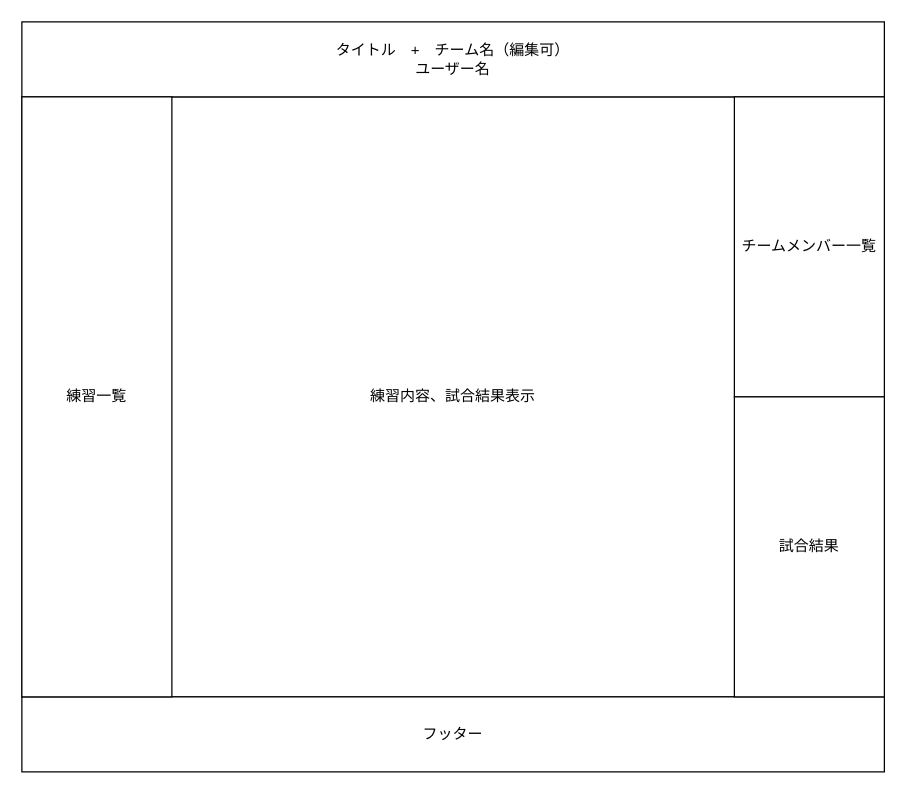
This is フロントデザイン.dio from piroyuki666/volleyball-note, a draw.io file, before an edit. Source tidied: cells renumbered, new cells numbered last; positions are measured from the earlier drawing's top-left corner, leaving out a move shared by most shapes. Both pictures are drawn from the tidied source at 125%, with x=0, y=0 at pixel (21, 21).
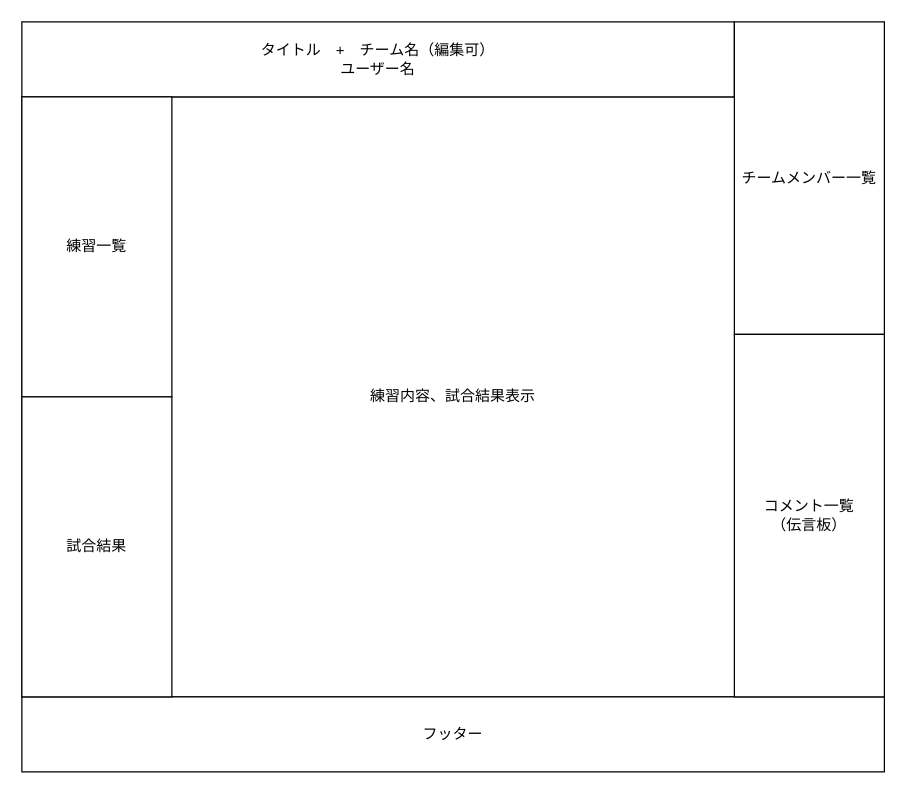
The same page after the edit.

Commit message:
フロントデザイン実装

What changed in the source:
```diff
@@
 <mxGraphModel>
   <root>
     <mxCell id="0" />
     <mxCell id="1" parent="0" />
     <mxCell id="2" value="練習内容、試合結果表示" style="rounded=0;whiteSpace=wrap;html=1;" parent="1" vertex="1">
       <mxGeometry y="60" width="690" height="480" as="geometry" />
     </mxCell>
     <mxCell id="3" value="フッター" style="rounded=0;whiteSpace=wrap;html=1;" parent="1" vertex="1">
       <mxGeometry y="540" width="690" height="60" as="geometry" />
     </mxCell>
     <mxCell id="4" value="タイトル　+　チーム名（編集可）&lt;br&gt;ユーザー名" style="rounded=0;whiteSpace=wrap;html=1;" parent="1" vertex="1">
-      <mxGeometry width="690" height="60" as="geometry" />
+      <mxGeometry width="570" height="60" as="geometry" />
     </mxCell>
     <mxCell id="5" value="チームメンバー一覧" style="rounded=0;whiteSpace=wrap;html=1;" parent="1" vertex="1">
-      <mxGeometry x="570" y="60" width="120" height="240" as="geometry" />
+      <mxGeometry x="570" width="120" height="250" as="geometry" />
     </mxCell>
     <mxCell id="6" value="練習一覧" style="rounded=0;whiteSpace=wrap;html=1;" parent="1" vertex="1">
-      <mxGeometry y="60" width="120" height="480" as="geometry" />
+      <mxGeometry y="60" width="120" height="240" as="geometry" />
     </mxCell>
     <mxCell id="7" value="試合結果" style="rounded=0;whiteSpace=wrap;html=1;" parent="1" vertex="1">
-      <mxGeometry x="570" y="300" width="120" height="240" as="geometry" />
+      <mxGeometry y="300" width="120" height="240" as="geometry" />
     </mxCell>
+    <mxCell id="8" value="コメント一覧&lt;br&gt;（伝言板）" style="rounded=0;whiteSpace=wrap;html=1;" parent="1" vertex="1">
+      <mxGeometry x="570" y="250" width="120" height="290" as="geometry" />
+    </mxCell>
   </root>
 </mxGraphModel>
```
